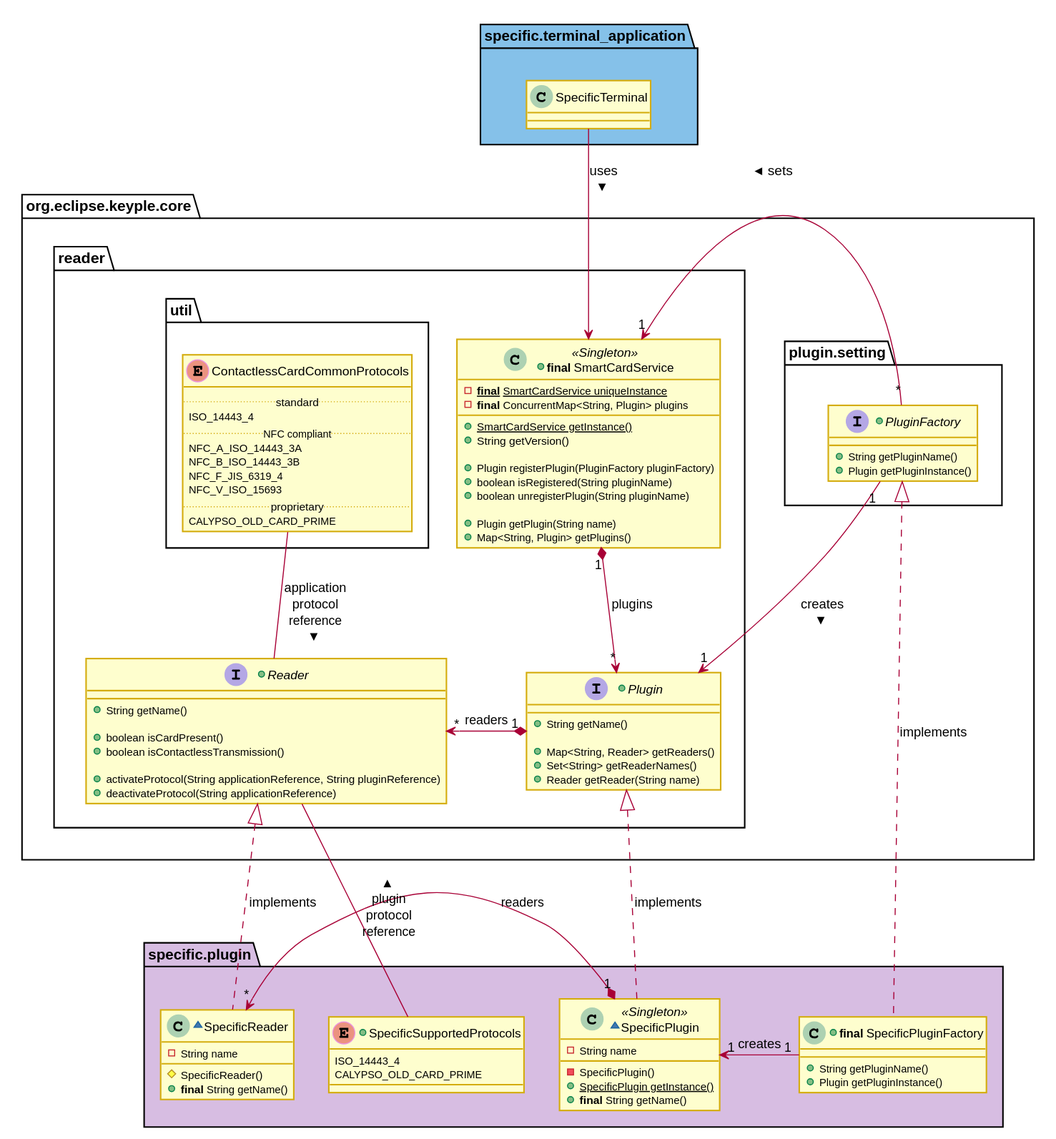
This is docs/KeypleCoreApi/img/KeypleCore_Reader_ClassDiag_SpecificPluginFactoryAndProtocol_1_0_0.svg from calypsonet/keyple, a PlantUML export, as it was before one commit.
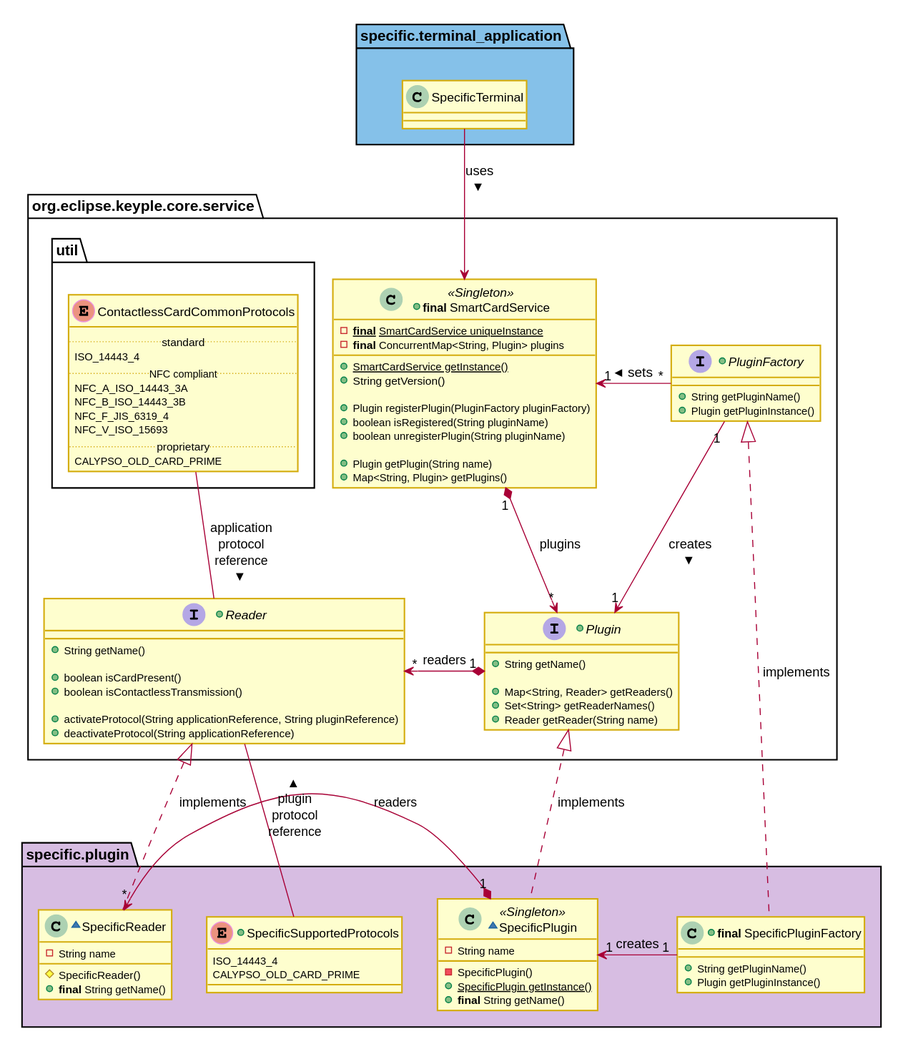
The same diagram one commit later.

Commit message:
Renam package reader to service

Diff of the diagram source:
```diff
@@ -34,8 +34,7 @@
   class SpecificTerminal
 }
 
-package org.eclipse.keyple.core #FFFFFF {
-  package reader #FFFFFF {
+package org.eclipse.keyple.core.service #FFFFFF {
 +class "<b>final</b> SmartCardService" as SmartCardService << Singleton >> {
   -<b>final</b> {static}SmartCardService uniqueInstance
   -<b>final</b> ConcurrentMap<String, Plugin> plugins
@@ -65,6 +64,10 @@
   +activateProtocol(String applicationReference, String pluginReference)
   +deactivateProtocol(String applicationReference)
 }
++interface PluginFactory {
+  +String getPluginName()
+  +Plugin getPluginInstance()
+}
 
     package util #FFFFFF {
 enum ContactlessCardCommonProtocols {
@@ -84,15 +87,7 @@
     Plugin "1" *-left-> "*" Reader : readers
     ContactlessCardCommonProtocols -right[hidden]- SmartCardService
     ContactlessCardCommonProtocols -down- Reader : application\nprotocol\nreference >
-  }
-  package plugin.setting #FFFFFF {
-+interface PluginFactory {
-  +String getPluginName()
-  +Plugin getPluginInstance()
-}
-  }
 
-  plugin.setting -left[hidden]- reader
   SmartCardService "1" <-right- "*" PluginFactory : sets <
   PluginFactory "1" --> "1" Plugin : creates >
 }
```
